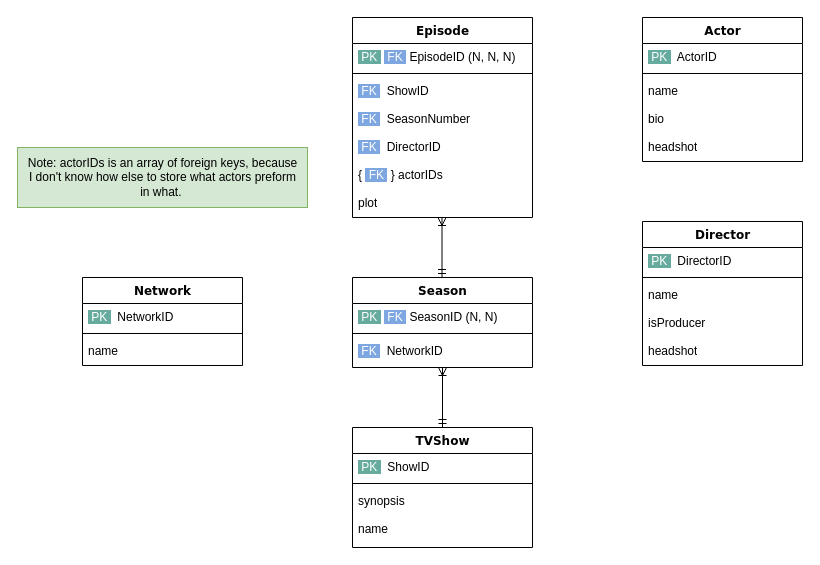
This is Untitled Diagram.drawio from renPratt/renPratt, a draw.io file, before an edit. Source tidied: cells renumbered, new cells numbered last; positions are measured from the earlier drawing's top-left corner, leaving out a move shared by most shapes. Both pictures are drawn from the tidied source at 100%, with x=0, y=0 at pixel (17, 17).
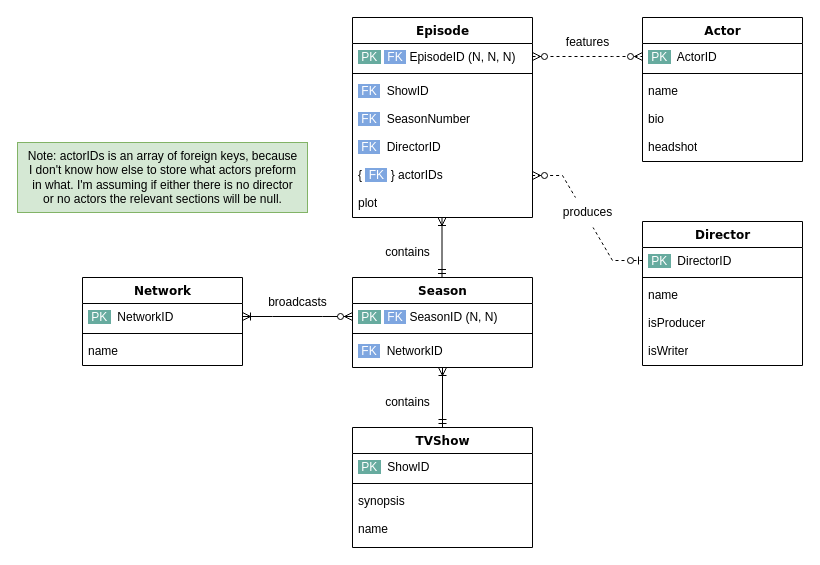
Above is the later version.

Unchanged cells that the change refers to:
```xml
<mxCell id="3" value="&lt;font style=&quot;border-color: var(--border-color); background-color: rgb(103, 171, 159);&quot; color=&quot;#ffffff&quot;&gt;&amp;nbsp;PK&amp;nbsp;&lt;/font&gt;&amp;nbsp;&lt;font style=&quot;background-color: rgb(126, 166, 224);&quot; color=&quot;#ffffff&quot;&gt; FK &lt;/font&gt;&amp;nbsp;SeasonID (N, N)" style="text;html=1;strokeColor=none;fillColor=none;align=left;verticalAlign=top;spacingLeft=4;spacingRight=4;whiteSpace=wrap;overflow=hidden;points=[[0,0.5],[1,0.5]];portConstraint=eastwest;" parent="2" vertex="1">
  <mxGeometry y="26" width="180" height="26" as="geometry" />
</mxCell>
<mxCell id="7" value="&lt;font style=&quot;border-color: var(--border-color); background-color: rgb(103, 171, 159);&quot; color=&quot;#ffffff&quot;&gt;&amp;nbsp;PK&amp;nbsp;&lt;/font&gt;&amp;nbsp; NetworkID&amp;nbsp;" style="text;html=1;strokeColor=none;fillColor=none;align=left;verticalAlign=top;spacingLeft=4;spacingRight=4;whiteSpace=wrap;overflow=hidden;points=[[0,0.5],[1,0.5]];portConstraint=eastwest;" parent="6" vertex="1">
  <mxGeometry y="26" width="160" height="26" as="geometry" />
</mxCell>
<mxCell id="16" value="&lt;font style=&quot;border-color: var(--border-color); background-color: rgb(103, 171, 159);&quot; color=&quot;#ffffff&quot;&gt;&amp;nbsp;PK&amp;nbsp;&lt;/font&gt;&amp;nbsp;&lt;font style=&quot;background-color: rgb(126, 166, 224);&quot; color=&quot;#ffffff&quot;&gt; FK &lt;/font&gt;&amp;nbsp;EpisodeID (N, N, N)" style="text;html=1;strokeColor=none;fillColor=none;align=left;verticalAlign=top;spacingLeft=4;spacingRight=4;whiteSpace=wrap;overflow=hidden;points=[[0,0.5],[1,0.5]];portConstraint=eastwest;" parent="15" vertex="1">
  <mxGeometry y="26" width="180" height="26" as="geometry" />
</mxCell>
<mxCell id="21" value="&lt;font style=&quot;border-color: var(--border-color); background-color: rgb(255, 255, 255);&quot;&gt;{ &lt;/font&gt;&lt;font style=&quot;border-color: var(--border-color); background-color: rgb(126, 166, 224);&quot; color=&quot;#ffffff&quot;&gt;&amp;nbsp;FK &lt;/font&gt;&lt;font style=&quot;border-color: var(--border-color);&quot;&gt;&amp;nbsp;} actorIDs&lt;/font&gt;" style="text;html=1;strokeColor=none;fillColor=none;align=left;verticalAlign=top;spacingLeft=4;spacingRight=4;whiteSpace=wrap;overflow=hidden;points=[[0,0.5],[1,0.5]];portConstraint=eastwest;" parent="15" vertex="1">
  <mxGeometry y="144" width="180" height="28" as="geometry" />
</mxCell>
<mxCell id="24" value="&lt;font style=&quot;border-color: var(--border-color); background-color: rgb(103, 171, 159);&quot; color=&quot;#ffffff&quot;&gt;&amp;nbsp;PK&amp;nbsp;&lt;/font&gt;&amp;nbsp; ActorID&amp;nbsp;" style="text;html=1;strokeColor=none;fillColor=none;align=left;verticalAlign=top;spacingLeft=4;spacingRight=4;whiteSpace=wrap;overflow=hidden;points=[[0,0.5],[1,0.5]];portConstraint=eastwest;" parent="23" vertex="1">
  <mxGeometry y="26" width="160" height="26" as="geometry" />
</mxCell>
<mxCell id="29" value="Director" style="swimlane;html=1;fontStyle=1;align=center;verticalAlign=top;horizontal=1;startSize=26;swimlaneFillColor=#ffffff;rounded=0;shadow=0;comic=0;labelBackgroundColor=none;strokeWidth=1;fillColor=none;fontFamily=Verdana;fontSize=12;" parent="1" vertex="1">
  <mxGeometry x="625" y="204" width="160" height="144" as="geometry" />
</mxCell>
<mxCell id="30" value="&lt;font style=&quot;border-color: var(--border-color); background-color: rgb(103, 171, 159);&quot; color=&quot;#ffffff&quot;&gt;&amp;nbsp;PK&amp;nbsp;&lt;/font&gt;&amp;nbsp; DirectorID&amp;nbsp;" style="text;html=1;strokeColor=none;fillColor=none;align=left;verticalAlign=top;spacingLeft=4;spacingRight=4;whiteSpace=wrap;overflow=hidden;points=[[0,0.5],[1,0.5]];portConstraint=eastwest;" parent="29" vertex="1">
  <mxGeometry y="26" width="160" height="26" as="geometry" />
</mxCell>
```

What changed in the source:
```diff
@@
-    <mxCell id="34" value="headshot" style="text;html=1;strokeColor=none;fillColor=none;align=left;verticalAlign=top;spacingLeft=4;spacingRight=4;whiteSpace=wrap;overflow=hidden;" parent="29" vertex="1">
+    <mxCell id="34" value="isWriter" style="text;html=1;strokeColor=none;fillColor=none;align=left;verticalAlign=top;spacingLeft=4;spacingRight=4;whiteSpace=wrap;overflow=hidden;" parent="29" vertex="1">
       <mxGeometry y="116" width="160" height="28" as="geometry" />
     </mxCell>
-    <mxCell id="35" value="Note: actorIDs is an array of foreign keys, because&lt;br&gt;I&amp;nbsp;don't know how else to store what actors preform&lt;br&gt;in what.&amp;nbsp;" style="text;html=1;align=center;verticalAlign=middle;fillColor=#d5e8d4;strokeColor=#82b366;" parent="1" vertex="1">
-      <mxGeometry y="130" width="290" height="60" as="geometry" />
+    <mxCell id="35" value="Note: actorIDs is an array of foreign keys, because&lt;br&gt;I&amp;nbsp;don't know how else to store what actors preform&lt;br&gt;in what. I'm assuming if either there is no director&lt;br&gt;or no actors the relevant sections will be null." style="text;html=1;align=center;verticalAlign=middle;fillColor=#d5e8d4;strokeColor=#82b366;" parent="1" vertex="1">
+      <mxGeometry y="125" width="290" height="70" as="geometry" />
     </mxCell>
@@
+    <mxCell id="38" style="edgeStyle=entityRelationEdgeStyle;fontSize=12;html=1;endArrow=ERoneToMany;startArrow=ERzeroToMany;rounded=0;fontColor=#FFFFFF;entryX=1;entryY=0.5;entryDx=0;entryDy=0;exitX=0;exitY=0.5;exitDx=0;exitDy=0;" parent="1" edge="1" source="3" target="7">
+      <mxGeometry relative="1" as="geometry" />
+    </mxCell>
+    <mxCell id="39" style="edgeStyle=entityRelationEdgeStyle;fontSize=12;html=1;endArrow=ERzeroToMany;endFill=1;startArrow=ERzeroToMany;rounded=0;fontColor=#FFFFFF;exitX=1;exitY=0.5;exitDx=0;exitDy=0;entryX=0;entryY=0.5;entryDx=0;entryDy=0;dashed=1;" parent="1" edge="1" source="16" target="24">
+      <mxGeometry relative="1" as="geometry" />
+    </mxCell>
+    <mxCell id="40" style="edgeStyle=entityRelationEdgeStyle;fontSize=12;html=1;endArrow=ERzeroToMany;startArrow=ERzeroToOne;rounded=0;dashed=1;fontColor=#FFFFFF;exitX=0;exitY=0.5;exitDx=0;exitDy=0;entryX=1;entryY=0.5;entryDx=0;entryDy=0;" parent="1" edge="1" source="30" target="21">
+      <mxGeometry relative="1" as="geometry" />
+    </mxCell>
+    <mxCell id="41" value="&lt;font color=&quot;#000000&quot;&gt;&lt;span style=&quot;caret-color: rgb(0, 0, 0);&quot;&gt;broadcasts&lt;/span&gt;&lt;/font&gt;" style="text;html=1;align=center;verticalAlign=middle;strokeColor=none;fillColor=none;fontColor=#FFFFFF;" parent="1" vertex="1">
+      <mxGeometry x="240" y="270" width="80" height="30" as="geometry" />
+    </mxCell>
+    <mxCell id="42" value="&lt;font color=&quot;#000000&quot;&gt;&lt;span style=&quot;caret-color: rgb(0, 0, 0);&quot;&gt;contains&lt;/span&gt;&lt;/font&gt;" style="text;html=1;align=center;verticalAlign=middle;strokeColor=none;fillColor=none;fontColor=#FFFFFF;" parent="1" vertex="1">
+      <mxGeometry x="355" y="220" width="70" height="30" as="geometry" />
+    </mxCell>
+    <mxCell id="43" value="&lt;font color=&quot;#000000&quot;&gt;&lt;span style=&quot;caret-color: rgb(0, 0, 0);&quot;&gt;contains&lt;/span&gt;&lt;/font&gt;" style="text;html=1;align=center;verticalAlign=middle;strokeColor=none;fillColor=none;fontColor=#FFFFFF;" parent="1" vertex="1">
+      <mxGeometry x="355" y="370" width="70" height="30" as="geometry" />
+    </mxCell>
+    <mxCell id="44" value="features" style="text;html=1;align=center;verticalAlign=middle;strokeColor=none;fillColor=none;fontColor=#000000;" parent="1" vertex="1">
+      <mxGeometry x="535" y="10" width="70" height="30" as="geometry" />
+    </mxCell>
+    <mxCell id="45" value="produces" style="text;html=1;align=center;verticalAlign=middle;fillColor=default;" parent="1" vertex="1">
+      <mxGeometry x="535" y="180" width="70" height="30" as="geometry" />
+    </mxCell>
```
